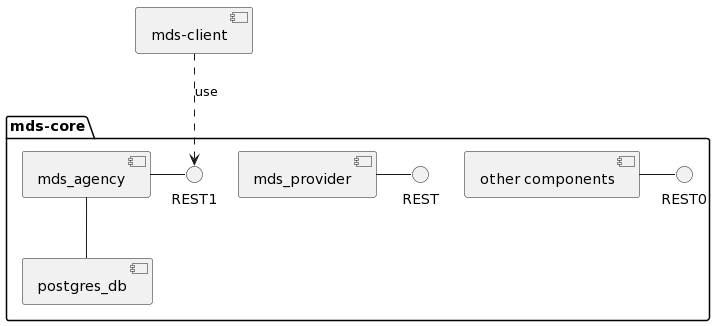
KASTEL-MobilityLab/MDS-CaseStudy-System keeps this PlantUML diagram as images/componentdiagram_mds-client.png. Above is the earlier version. The source it was exported from:
```plantuml
@startuml
package "mds-core" {
  [other components] - REST0
  [mds_provider] - REST
  [mds_agency] - REST1
  [mds_agency] -- [postgres_db]
}


[mds-client] ..> REST1: use
@enduml
```
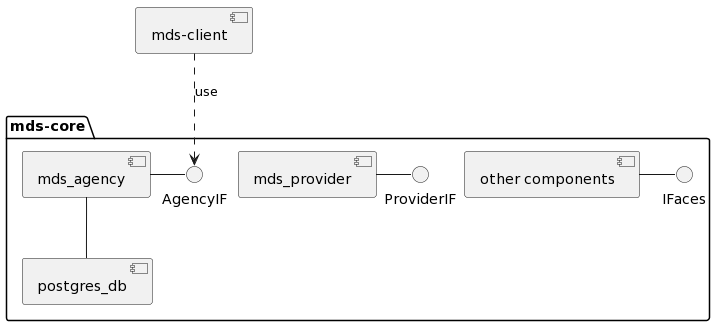
After the change.

The edit, as a diff of the source:
```diff
@@ -1,11 +1,11 @@
 @startuml
 package "mds-core" {
-  [other components] - REST0
-  [mds_provider] - REST
-  [mds_agency] - REST1
+  [other components] - IFaces
+  [mds_provider] - ProviderIF
+  [mds_agency] - AgencyIF
   [mds_agency] -- [postgres_db]
 }
 
 
-[mds-client] ..> REST1: use
+[mds-client] ..> AgencyIF: use
 @enduml
```
